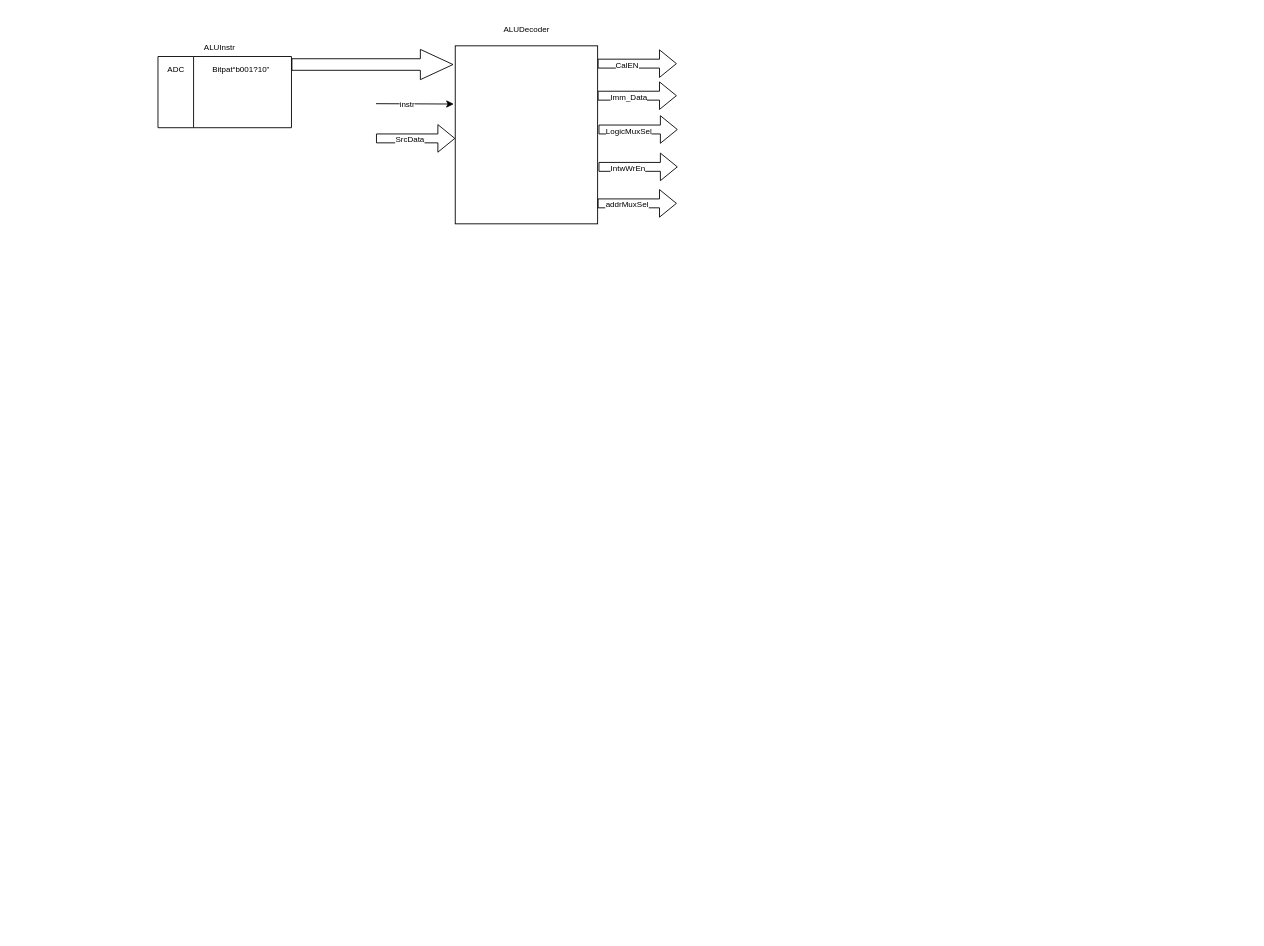
The draw.io diagram Untitled Diagram.drawio in xiaoqiangshijie/BRU, before the edit. Source tidied: cells renumbered, new cells numbered last; positions are measured from the earlier drawing's top-left corner, leaving out a move shared by most shapes. Both pictures are drawn from the tidied source at 89%, with x=0, y=0 at pixel (15, 15).
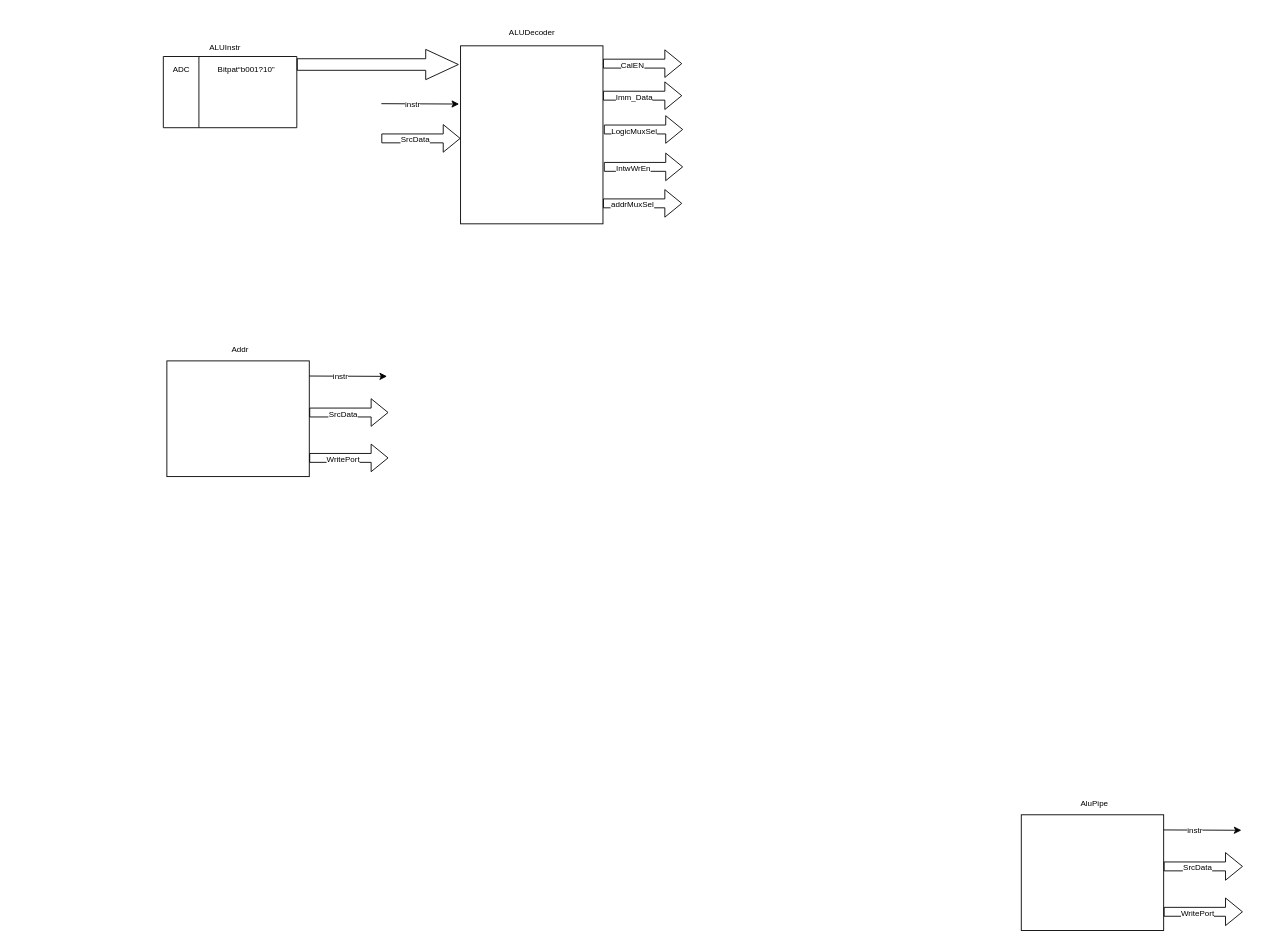
The same diagram, later.

Unchanged cells that the change refers to:
```xml
<mxCell id="2" style="group;" parent="1" vertex="1">
  <mxGeometry width="744" height="234" as="geometry" />
</mxCell>
```

The edit, as a diff of the source:
```diff
@@
     <mxCell id="3" style="swimlane;horizontal=0;startSize=40;" parent="2" vertex="1">
-      <mxGeometry x="160" y="46" width="150" height="80" as="geometry" />
+      <mxGeometry x="166" y="46" width="150" height="80" as="geometry" />
     </mxCell>
@@
     <mxCell id="6" value="&lt;font style=&quot;font-size: 9px;&quot;&gt;ALUInstr&lt;/font&gt;" style="text;html=1;align=center;verticalAlign=middle;fillColor=none;strokeColor=none;rounded=0;" parent="2" vertex="1">
-      <mxGeometry x="194" y="20" width="70" height="30" as="geometry" />
+      <mxGeometry x="200" y="20" width="70" height="30" as="geometry" />
     </mxCell>
     <mxCell id="7" value="&lt;font style=&quot;font-size: 9px;&quot;&gt;ALUDecoder&lt;/font&gt;" style="text;html=1;align=center;verticalAlign=middle;fillColor=none;strokeColor=none;rounded=0;" parent="2" vertex="1">
-      <mxGeometry x="529" width="90" height="30" as="geometry" />
+      <mxGeometry x="535" y="3" width="90" height="30" as="geometry" />
     </mxCell>
     <mxCell id="8" style="shape=flexArrow;endArrow=classic;html=1;rounded=0;fontSize=9;" parent="2" edge="1">
       <mxGeometry relative="1" as="geometry">
-        <mxPoint x="405" y="138" as="sourcePoint" />
-        <mxPoint x="494" y="138" as="targetPoint" />
+        <mxPoint x="411" y="138" as="sourcePoint" />
+        <mxPoint x="500" y="138" as="targetPoint" />
       </mxGeometry>
     </mxCell>
@@
     <mxCell id="10" style="endArrow=classic;html=1;rounded=0;fontSize=9;entryX=-0.01;entryY=0.115;entryDx=0;entryDy=0;entryPerimeter=0;" parent="2" edge="1">
       <mxGeometry relative="1" as="geometry">
-        <mxPoint x="405" y="99" as="sourcePoint" />
-        <mxPoint x="492.4" y="99.4" as="targetPoint" />
+        <mxPoint x="411" y="99" as="sourcePoint" />
+        <mxPoint x="498.4" y="99.4" as="targetPoint" />
       </mxGeometry>
     </mxCell>
@@
     <mxCell id="12" style="shape=flexArrow;endArrow=classic;html=1;rounded=0;fontSize=9;" parent="2" edge="1">
       <mxGeometry relative="1" as="geometry">
-        <mxPoint x="654" y="54" as="sourcePoint" />
-        <mxPoint x="743" y="54" as="targetPoint" />
+        <mxPoint x="660" y="54" as="sourcePoint" />
+        <mxPoint x="749" y="54" as="targetPoint" />
       </mxGeometry>
     </mxCell>
@@
     <mxCell id="14" style="shape=flexArrow;endArrow=classic;html=1;rounded=0;fontSize=9;" parent="2" edge="1">
       <mxGeometry relative="1" as="geometry">
-        <mxPoint x="654" y="90" as="sourcePoint" />
-        <mxPoint x="743" y="90" as="targetPoint" />
+        <mxPoint x="660" y="90" as="sourcePoint" />
+        <mxPoint x="749" y="90" as="targetPoint" />
       </mxGeometry>
     </mxCell>
@@
     <mxCell id="16" style="shape=flexArrow;endArrow=classic;html=1;rounded=0;fontSize=9;" parent="2" edge="1">
       <mxGeometry relative="1" as="geometry">
-        <mxPoint x="655" y="128" as="sourcePoint" />
-        <mxPoint x="744" y="128" as="targetPoint" />
+        <mxPoint x="661" y="128" as="sourcePoint" />
+        <mxPoint x="750" y="128" as="targetPoint" />
       </mxGeometry>
     </mxCell>
@@
     <mxCell id="19" style="shape=flexArrow;endArrow=classic;html=1;rounded=0;fontSize=9;" parent="2" edge="1">
       <mxGeometry relative="1" as="geometry">
-        <mxPoint x="655" y="170" as="sourcePoint" />
-        <mxPoint x="744" y="170" as="targetPoint" />
+        <mxPoint x="661" y="170" as="sourcePoint" />
+        <mxPoint x="750" y="170" as="targetPoint" />
       </mxGeometry>
     </mxCell>
@@
     <mxCell id="22" style="rounded=0;whiteSpace=wrap;html=1;fontSize=9;" parent="2" vertex="1">
-      <mxGeometry x="494" y="34" width="160" height="200" as="geometry" />
+      <mxGeometry x="500" y="34" width="160" height="200" as="geometry" />
     </mxCell>
     <mxCell id="23" style="shape=flexArrow;endArrow=classic;html=1;rounded=0;fontSize=9;" parent="2" edge="1">
       <mxGeometry relative="1" as="geometry">
-        <mxPoint x="654" y="211" as="sourcePoint" />
-        <mxPoint x="743" y="211" as="targetPoint" />
+        <mxPoint x="660" y="211" as="sourcePoint" />
+        <mxPoint x="749" y="211" as="targetPoint" />
       </mxGeometry>
     </mxCell>
@@
     <mxCell id="26" style="shape=flexArrow;endArrow=classic;html=1;rounded=0;fontSize=9;width=13;endSize=11.89;" parent="2" edge="1">
       <mxGeometry relative="1" as="geometry">
-        <mxPoint x="310" y="55" as="sourcePoint" />
-        <mxPoint x="492" y="55" as="targetPoint" />
+        <mxPoint x="316" y="55" as="sourcePoint" />
+        <mxPoint x="498" y="55" as="targetPoint" />
       </mxGeometry>
     </mxCell>
+    <mxCell id="27" style="rounded=0;whiteSpace=wrap;html=1;fontSize=9;" parent="1" vertex="1">
+      <mxGeometry x="1130" y="898" width="160" height="130" as="geometry" />
+    </mxCell>
+    <mxCell id="28" value="&lt;font style=&quot;font-size: 9px;&quot;&gt;AluPipe&lt;/font&gt;" style="text;html=1;align=center;verticalAlign=middle;fillColor=none;strokeColor=none;rounded=0;" parent="1" vertex="1">
+      <mxGeometry x="1182" y="870" width="60" height="30" as="geometry" />
+    </mxCell>
+    <mxCell id="29" style="endArrow=classic;html=1;rounded=0;fontSize=9;entryX=-0.01;entryY=0.115;entryDx=0;entryDy=0;entryPerimeter=0;" parent="1" edge="1">
+      <mxGeometry relative="1" as="geometry">
+        <mxPoint x="1290" y="915" as="sourcePoint" />
+        <mxPoint x="1377.4" y="915.4" as="targetPoint" />
+      </mxGeometry>
+    </mxCell>
+    <mxCell id="30" value="instr" style="edgeLabel;html=1;align=center;verticalAlign=middle;fontSize=9;" parent="29" vertex="1">
+      <mxGeometry x="0.27" relative="1" as="geometry">
+        <mxPoint x="-20" as="offset" />
+      </mxGeometry>
+    </mxCell>
+    <mxCell id="31" style="shape=flexArrow;endArrow=classic;html=1;rounded=0;fontSize=9;" parent="1" edge="1">
+      <mxGeometry relative="1" as="geometry">
+        <mxPoint x="1290" y="956" as="sourcePoint" />
+        <mxPoint x="1379" y="956" as="targetPoint" />
+      </mxGeometry>
+    </mxCell>
+    <mxCell id="32" value="SrcData" style="edgeLabel;html=1;align=center;verticalAlign=middle;fontSize=9;" parent="31" vertex="1">
+      <mxGeometry x="0.29" y="-1" relative="1" as="geometry">
+        <mxPoint x="-20" as="offset" />
+      </mxGeometry>
+    </mxCell>
+    <mxCell id="33" style="shape=flexArrow;endArrow=classic;html=1;rounded=0;fontSize=9;" parent="1" edge="1">
+      <mxGeometry relative="1" as="geometry">
+        <mxPoint x="1290" y="1007" as="sourcePoint" />
+        <mxPoint x="1379" y="1007" as="targetPoint" />
+      </mxGeometry>
+    </mxCell>
+    <mxCell id="34" value="WritePort" style="edgeLabel;html=1;align=center;verticalAlign=middle;fontSize=9;" parent="33" vertex="1">
+      <mxGeometry x="0.29" y="-1" relative="1" as="geometry">
+        <mxPoint x="-20" as="offset" />
+      </mxGeometry>
+    </mxCell>
+    <mxCell id="35" style="rounded=0;whiteSpace=wrap;html=1;fontSize=9;" parent="1" vertex="1">
+      <mxGeometry x="170" y="388" width="160" height="130" as="geometry" />
+    </mxCell>
+    <mxCell id="36" value="&lt;font style=&quot;font-size: 9px;&quot;&gt;Addr&lt;/font&gt;" style="text;html=1;align=center;verticalAlign=middle;fillColor=none;strokeColor=none;rounded=0;" parent="1" vertex="1">
+      <mxGeometry x="227" y="360" width="50" height="30" as="geometry" />
+    </mxCell>
+    <mxCell id="37" style="endArrow=classic;html=1;rounded=0;fontSize=9;entryX=-0.01;entryY=0.115;entryDx=0;entryDy=0;entryPerimeter=0;" parent="1" edge="1">
+      <mxGeometry relative="1" as="geometry">
+        <mxPoint x="330" y="405" as="sourcePoint" />
+        <mxPoint x="417.4" y="405.4" as="targetPoint" />
+      </mxGeometry>
+    </mxCell>
+    <mxCell id="38" value="instr" style="edgeLabel;html=1;align=center;verticalAlign=middle;fontSize=9;" parent="37" vertex="1">
+      <mxGeometry x="0.27" relative="1" as="geometry">
+        <mxPoint x="-20" as="offset" />
+      </mxGeometry>
+    </mxCell>
+    <mxCell id="39" style="shape=flexArrow;endArrow=classic;html=1;rounded=0;fontSize=9;" parent="1" edge="1">
+      <mxGeometry relative="1" as="geometry">
+        <mxPoint x="330" y="446" as="sourcePoint" />
+        <mxPoint x="419" y="446" as="targetPoint" />
+      </mxGeometry>
+    </mxCell>
+    <mxCell id="40" value="SrcData" style="edgeLabel;html=1;align=center;verticalAlign=middle;fontSize=9;" parent="39" vertex="1">
+      <mxGeometry x="0.29" y="-1" relative="1" as="geometry">
+        <mxPoint x="-20" as="offset" />
+      </mxGeometry>
+    </mxCell>
+    <mxCell id="41" style="shape=flexArrow;endArrow=classic;html=1;rounded=0;fontSize=9;" parent="1" edge="1">
+      <mxGeometry relative="1" as="geometry">
+        <mxPoint x="330" y="497" as="sourcePoint" />
+        <mxPoint x="419" y="497" as="targetPoint" />
+      </mxGeometry>
+    </mxCell>
+    <mxCell id="42" value="WritePort" style="edgeLabel;html=1;align=center;verticalAlign=middle;fontSize=9;" parent="41" vertex="1">
+      <mxGeometry x="0.29" y="-1" relative="1" as="geometry">
+        <mxPoint x="-20" as="offset" />
+      </mxGeometry>
+    </mxCell>
```
